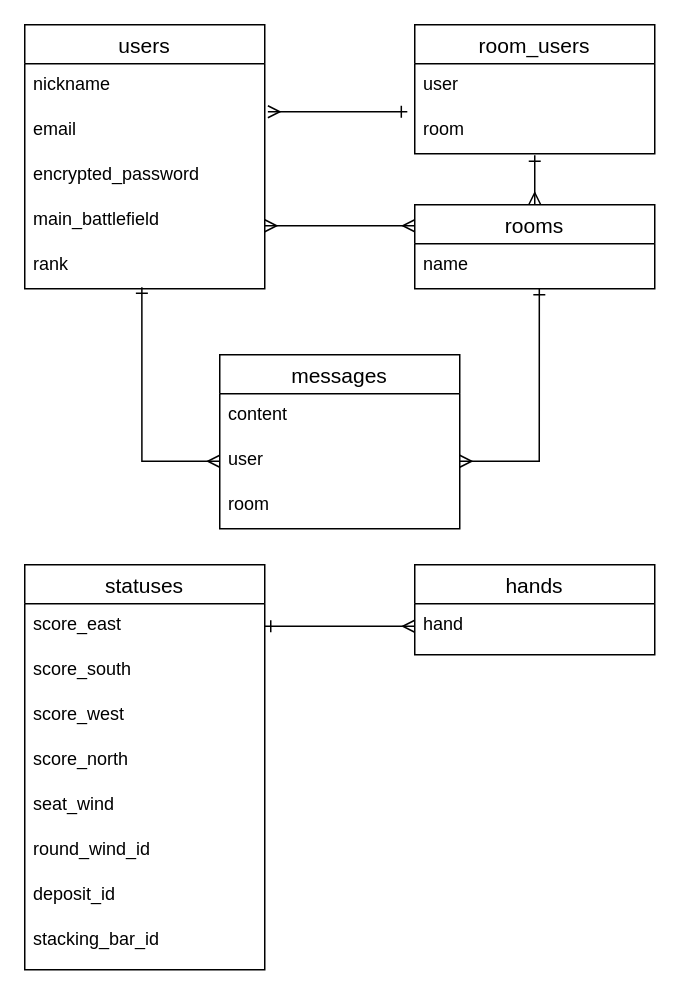
tkyktkmt/mahjong-app keeps this draw.io diagram as ERD.dio. Above is the earlier version. Source tidied: cells renumbered, new cells numbered last; positions are measured from the earlier drawing's top-left corner, leaving out a move shared by most shapes. Both pictures are drawn from the tidied source at 150%, with x=0, y=0 at pixel (24, 24).
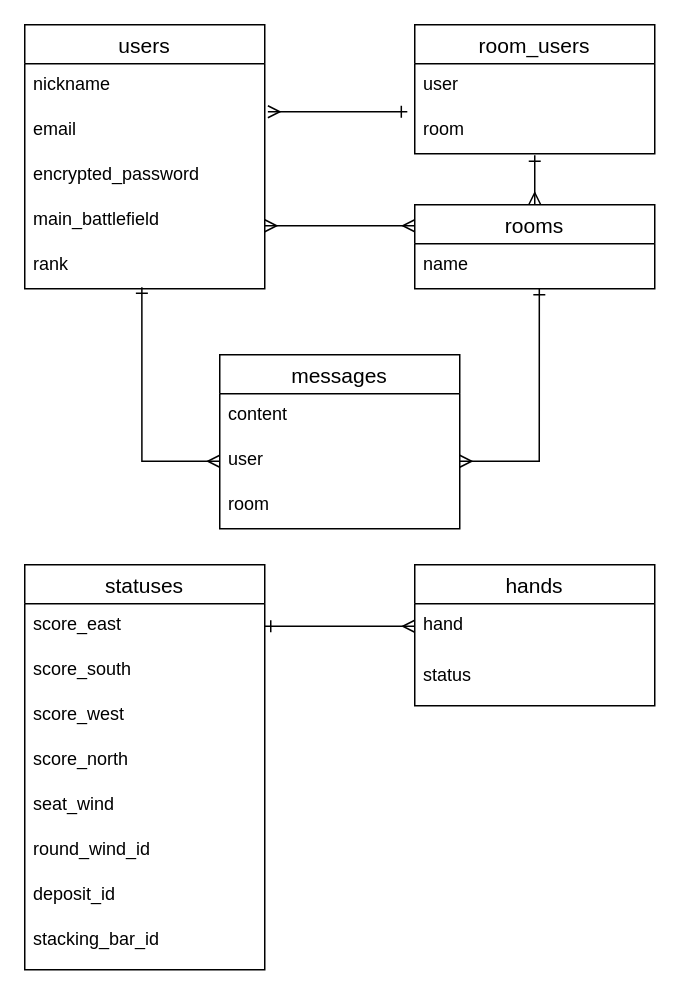
The same page after the edit.

The edit, as a diff of the source:
```diff
@@
     <mxCell id="28" value="hands" style="swimlane;fontStyle=0;horizontal=1;startSize=26;align=center;fontSize=14;" parent="1" vertex="1">
-      <mxGeometry x="260" y="360" width="160" height="60" as="geometry" />
+      <mxGeometry x="260" y="360" width="160" height="94" as="geometry" />
     </mxCell>
@@
+    <mxCell id="34" value="status" style="text;strokeColor=none;fillColor=none;spacingLeft=4;spacingRight=4;overflow=hidden;fontSize=12;" parent="28" vertex="1">
+      <mxGeometry y="60" width="160" height="34" as="geometry" />
+    </mxCell>
```
